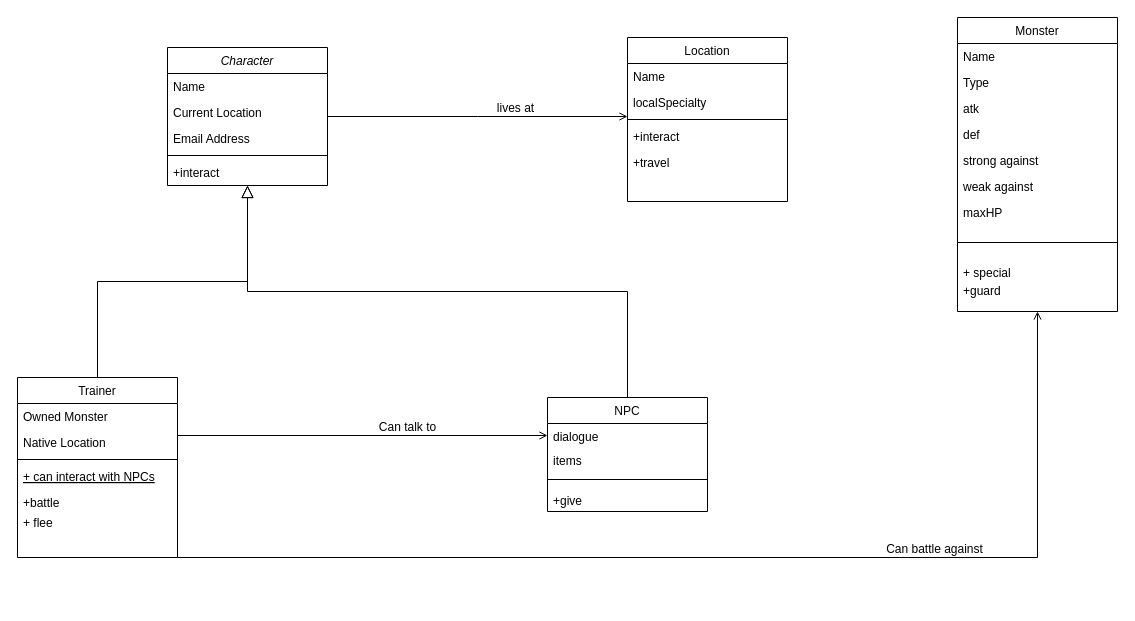
PatrickMaximusTurno/CS4MuonTurno keeps this draw.io diagram as Q2_UMLEx8.drawio. Above is the earlier version. Source tidied: cells renumbered, new cells numbered last; positions are measured from the earlier drawing's top-left corner, leaving out a move shared by most shapes. Both pictures are drawn from the tidied source at 100%, with x=0, y=0 at pixel (17, 17).
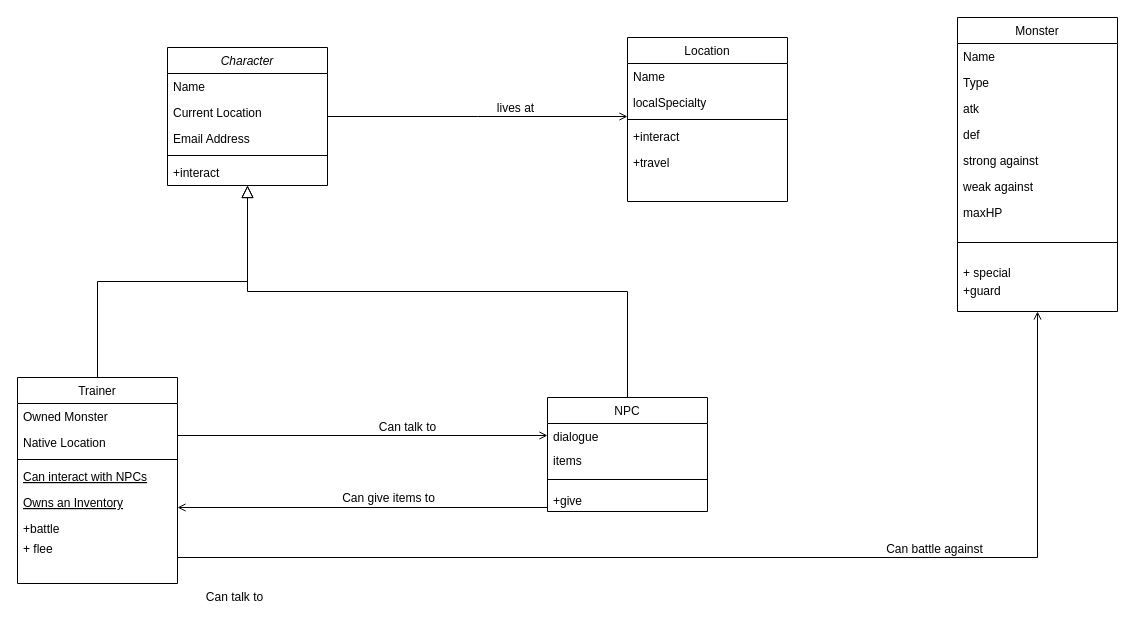
After the change.

Unchanged cells that the change refers to:
```xml
<mxCell id="20" value="+give" style="text;align=left;verticalAlign=top;spacingLeft=4;spacingRight=4;overflow=hidden;points=[[0,0.5],[1,0.5]];portConstraint=eastwest;" parent="16" vertex="1">
  <mxGeometry y="90" width="160" height="24" as="geometry" />
</mxCell>
```

Diff of the diagram source:
```diff
@@
     <mxCell id="8" value="Trainer" style="swimlane;fontStyle=0;align=center;verticalAlign=top;horizontal=1;startSize=26;rounded=0;shadow=0;strokeWidth=1;" parent="1" vertex="1">
-      <mxGeometry y="360" width="160" height="180" as="geometry" />
+      <mxGeometry y="360" width="160" height="206" as="geometry" />
     </mxCell>
@@
-    <mxCell id="12" value="+ can interact with NPCs" style="text;align=left;verticalAlign=top;spacingLeft=4;spacingRight=4;overflow=hidden;points=[[0,0.5],[1,0.5]];portConstraint=eastwest;fontStyle=4;" parent="8" vertex="1">
+    <mxCell id="12" value="Can interact with NPCs" style="text;align=left;verticalAlign=top;spacingLeft=4;spacingRight=4;overflow=hidden;points=[[0,0.5],[1,0.5]];portConstraint=eastwest;fontStyle=4;" parent="8" vertex="1">
       <mxGeometry y="86" width="160" height="26" as="geometry" />
     </mxCell>
+    <mxCell id="46" value="Owns an Inventory" style="text;align=left;verticalAlign=top;spacingLeft=4;spacingRight=4;overflow=hidden;points=[[0,0.5],[1,0.5]];portConstraint=eastwest;fontStyle=4;" parent="8" vertex="1">
+      <mxGeometry y="112" width="160" height="26" as="geometry" />
+    </mxCell>
     <mxCell id="13" value="+battle" style="text;align=left;verticalAlign=top;spacingLeft=4;spacingRight=4;overflow=hidden;" parent="8" vertex="1">
-      <mxGeometry y="112" width="160" height="20" as="geometry" />
+      <mxGeometry y="138" width="160" height="20" as="geometry" />
     </mxCell>
     <mxCell id="14" value="+ flee" style="text;align=left;verticalAlign=top;spacingLeft=4;spacingRight=4;overflow=hidden;" parent="8" vertex="1">
-      <mxGeometry y="132" width="160" height="48" as="geometry" />
+      <mxGeometry y="158" width="160" height="48" as="geometry" />
     </mxCell>
@@
+    <mxCell id="47" style="endArrow=open;shadow=0;strokeWidth=1;rounded=0;endFill=1;edgeStyle=elbowEdgeStyle;elbow=vertical;exitX=0;exitY=0.5;exitDx=0;exitDy=0;" parent="1" edge="1" source="20" target="46">
+      <mxGeometry x="0.5" y="41" relative="1" as="geometry">
+        <Array as="points">
+          <mxPoint x="340" y="490" />
+          <mxPoint x="360" y="430" />
+          <mxPoint x="380" y="428" />
+          <mxPoint x="380" y="429" />
+        </Array>
+        <mxPoint x="-40" y="32" as="offset" />
+      </mxGeometry>
+    </mxCell>
+    <mxCell id="48" value="Can talk to" style="text;html=1;align=center;verticalAlign=middle;labelBackgroundColor=none;rounded=0;shadow=0;strokeWidth=1;fontSize=12;" parent="47" vertex="1">
+      <mxGeometry x="0.5" y="49" relative="1" as="geometry">
+        <mxPoint x="-38" y="40" as="offset" />
+      </mxGeometry>
+    </mxCell>
+    <mxCell id="49" value="Can give items to" style="text;html=1;align=center;verticalAlign=middle;labelBackgroundColor=none;rounded=0;shadow=0;strokeWidth=1;fontSize=12;" parent="1" vertex="1">
+      <mxGeometry x="370" y="480" as="geometry" />
+    </mxCell>
```
